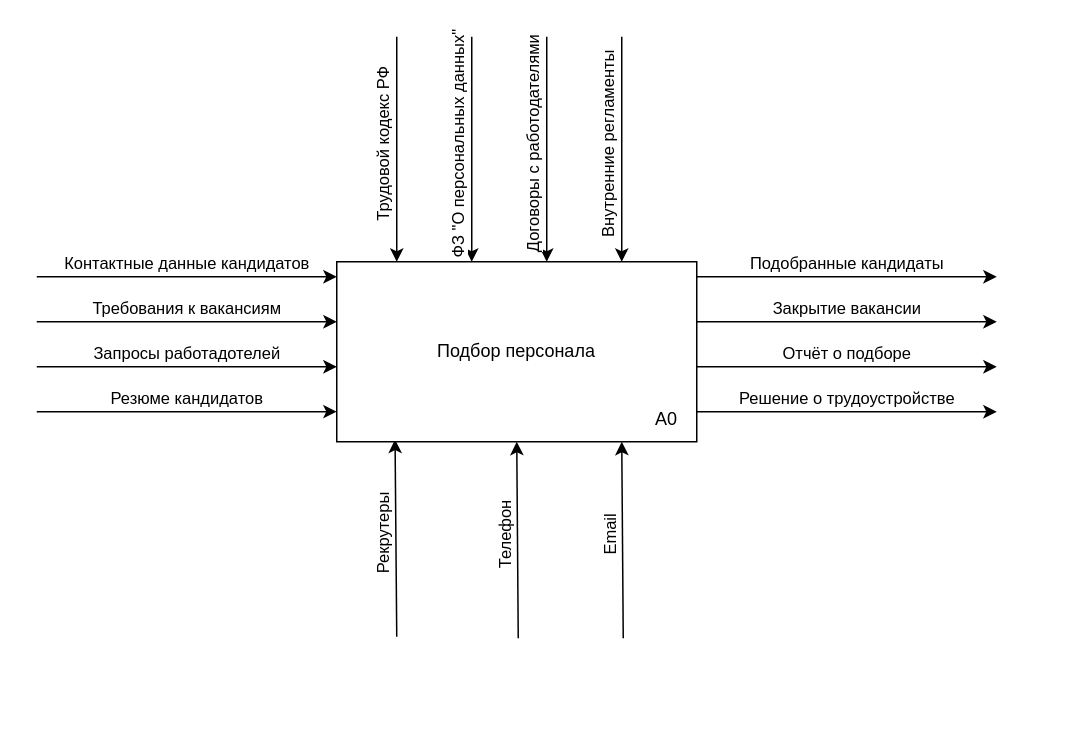
Earlier version of the draw.io diagram IDEF0.drawio (Regdal-cyber/Coursework). Source tidied: cells renumbered, new cells numbered last; positions are measured from the earlier drawing's top-left corner, leaving out a move shared by most shapes. Both pictures are drawn from the tidied source at 150%, with x=0, y=0 at pixel (36, 36).
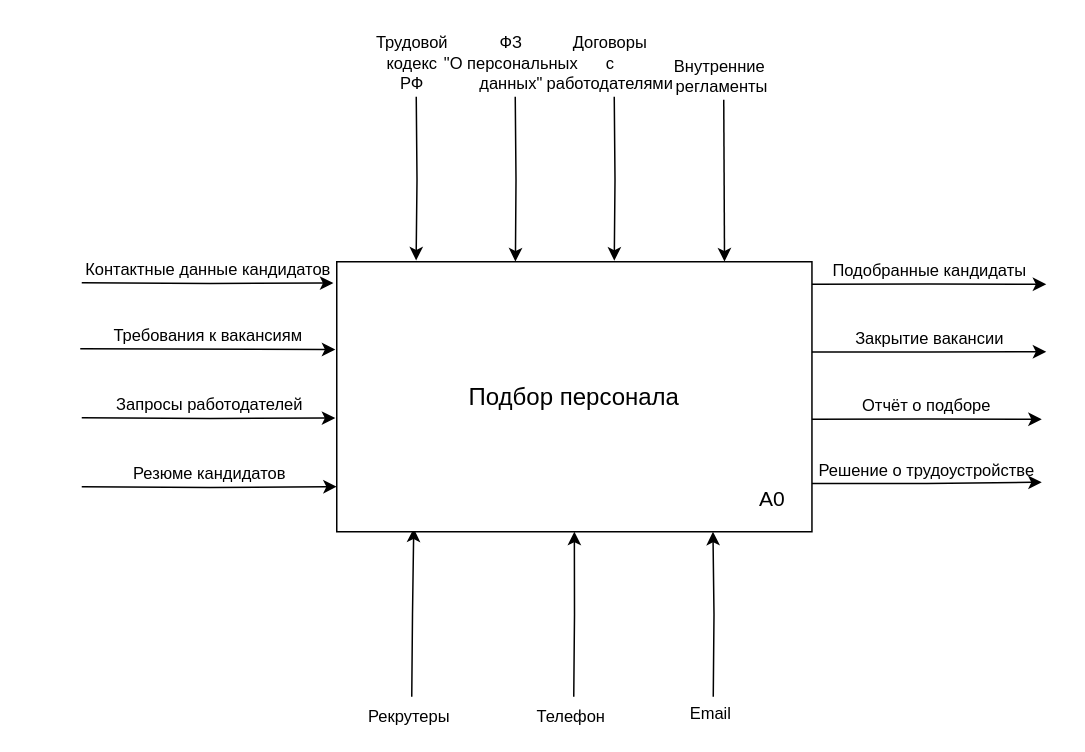
Above is the later version.

Diff of the diagram source:
```diff
@@
-    <mxCell id="2" value="Резюме кандидатов" style="endArrow=classic;html=1;rounded=0;entryX=0;entryY=0.833;entryDx=0;entryDy=0;entryPerimeter=0;verticalAlign=bottom;" parent="1" edge="1" target="18">
+    <mxCell id="2" value="Резюме кандидатов" style="endArrow=classic;html=1;rounded=0;entryX=0;entryY=0.833;entryDx=0;entryDy=0;entryPerimeter=0;verticalAlign=bottom;edgeStyle=orthogonalEdgeStyle;labelBackgroundColor=none;" parent="1" edge="1" target="18">
       <mxGeometry relative="1" as="geometry">
-        <mxPoint y="250" as="sourcePoint" />
+        <mxPoint x="30" y="300" as="sourcePoint" />
       </mxGeometry>
     </mxCell>
-    <mxCell id="3" value="Запросы работадотелей" style="endArrow=classic;html=1;rounded=0;verticalAlign=bottom;" parent="1" edge="1">
+    <mxCell id="3" value="Запросы работодателей" style="endArrow=classic;html=1;rounded=0;verticalAlign=bottom;entryX=-0.003;entryY=0.579;entryDx=0;entryDy=0;entryPerimeter=0;edgeStyle=orthogonalEdgeStyle;labelBackgroundColor=none;" parent="1" edge="1" target="18">
       <mxGeometry relative="1" as="geometry">
-        <mxPoint y="220" as="sourcePoint" />
-        <mxPoint x="200" y="220" as="targetPoint" />
+        <mxPoint x="30" y="254" as="sourcePoint" />
       </mxGeometry>
     </mxCell>
-    <mxCell id="4" value="Требования к вакансиям" style="endArrow=classic;html=1;rounded=0;verticalAlign=bottom;" parent="1" edge="1">
+    <mxCell id="4" value="Требования к вакансиям" style="endArrow=classic;html=1;rounded=0;verticalAlign=bottom;entryX=-0.003;entryY=0.325;entryDx=0;entryDy=0;entryPerimeter=0;edgeStyle=orthogonalEdgeStyle;labelBackgroundColor=none;" parent="1" edge="1" target="18">
       <mxGeometry relative="1" as="geometry">
-        <mxPoint y="190" as="sourcePoint" />
-        <mxPoint x="200" y="190" as="targetPoint" />
+        <mxPoint x="29" y="208" as="sourcePoint" />
       </mxGeometry>
     </mxCell>
-    <mxCell id="5" value="Контактные данные кандидатов" style="endArrow=classic;html=1;rounded=0;verticalAlign=bottom;" parent="1" edge="1">
+    <mxCell id="5" value="Контактные данные кандидатов" style="endArrow=classic;html=1;rounded=0;verticalAlign=bottom;entryX=-0.007;entryY=0.079;entryDx=0;entryDy=0;entryPerimeter=0;edgeStyle=orthogonalEdgeStyle;labelBackgroundColor=none;" parent="1" edge="1" target="18">
       <mxGeometry relative="1" as="geometry">
-        <mxPoint y="160" as="sourcePoint" />
-        <mxPoint x="200" y="160" as="targetPoint" />
+        <mxPoint x="30" y="164" as="sourcePoint" />
       </mxGeometry>
     </mxCell>
-    <mxCell id="6" value="Трудовой кодекс РФ" style="endArrow=classic;html=1;rounded=0;verticalAlign=bottom;horizontal=0;fontFamily=Helvetica;spacingTop=0;spacing=2;spacingBottom=0;spacingLeft=0;spacingRight=6;" parent="1" edge="1">
-      <mxGeometry relative="1" as="geometry">
-        <mxPoint x="240" as="sourcePoint" />
-        <mxPoint x="240" y="150" as="targetPoint" />
+    <mxCell id="6" value="Трудовой &lt;br&gt;кодекс &lt;br&gt;РФ" style="endArrow=classic;html=1;rounded=0;verticalAlign=bottom;horizontal=1;fontFamily=Helvetica;spacingTop=0;spacing=2;spacingBottom=0;spacingLeft=0;spacingRight=6;entryX=0.167;entryY=-0.005;entryDx=0;entryDy=0;entryPerimeter=0;edgeStyle=orthogonalEdgeStyle;labelBackgroundColor=none;" parent="1" edge="1" target="18">
+      <mxGeometry x="-1" relative="1" as="geometry">
+        <mxPoint x="253" y="40" as="sourcePoint" />
       </mxGeometry>
     </mxCell>
-    <mxCell id="7" value="ФЗ &quot;О персональных данных&quot;" style="endArrow=classic;html=1;rounded=0;verticalAlign=bottom;horizontal=0;fontFamily=Helvetica;spacingTop=0;spacing=2;spacingBottom=0;spacingLeft=0;spacingRight=6;" parent="1" edge="1">
-      <mxGeometry relative="1" as="geometry">
-        <mxPoint x="290" as="sourcePoint" />
-        <mxPoint x="290" y="150" as="targetPoint" />
+    <mxCell id="7" value="ФЗ &lt;br&gt;&quot;О персональных &lt;br&gt;данных&quot;" style="endArrow=classic;html=1;rounded=0;verticalAlign=bottom;horizontal=1;fontFamily=Helvetica;spacingTop=0;spacing=2;spacingBottom=0;spacingLeft=0;spacingRight=6;entryX=0.376;entryY=-0.001;entryDx=0;entryDy=0;entryPerimeter=0;edgeStyle=orthogonalEdgeStyle;labelBackgroundColor=none;" parent="1" edge="1" target="18">
+      <mxGeometry x="-1" relative="1" as="geometry">
+        <mxPoint x="319" y="40" as="sourcePoint" />
       </mxGeometry>
     </mxCell>
-    <mxCell id="8" value="Договоры с работодателями" style="endArrow=classic;html=1;rounded=0;verticalAlign=bottom;horizontal=0;fontFamily=Helvetica;spacingTop=0;spacing=2;spacingBottom=0;spacingLeft=0;spacingRight=6;" parent="1" edge="1">
-      <mxGeometry relative="1" as="geometry">
-        <mxPoint x="340" as="sourcePoint" />
-        <mxPoint x="340" y="150" as="targetPoint" />
+    <mxCell id="8" value="Договоры &lt;br&gt;с &lt;br&gt;работодателями" style="endArrow=classic;html=1;rounded=0;verticalAlign=bottom;horizontal=1;fontFamily=Helvetica;spacingTop=0;spacing=2;spacingBottom=0;spacingLeft=0;spacingRight=6;entryX=0.584;entryY=-0.004;entryDx=0;entryDy=0;entryPerimeter=0;edgeStyle=orthogonalEdgeStyle;labelBackgroundColor=none;" parent="1" edge="1" target="18">
+      <mxGeometry x="-1" relative="1" as="geometry">
+        <mxPoint x="385" y="40" as="sourcePoint" />
       </mxGeometry>
     </mxCell>
-    <mxCell id="9" value="Внутренние регламенты" style="endArrow=classic;html=1;rounded=0;verticalAlign=bottom;horizontal=0;fontFamily=Helvetica;spacingTop=0;spacing=2;spacingBottom=0;spacingLeft=0;spacingRight=6;" parent="1" edge="1">
-      <mxGeometry relative="1" as="geometry">
-        <mxPoint x="390" as="sourcePoint" />
-        <mxPoint x="390" y="150" as="targetPoint" />
+    <mxCell id="9" value="Внутренние&lt;br&gt;&amp;nbsp;регламенты" style="endArrow=classic;html=1;rounded=0;verticalAlign=bottom;horizontal=1;fontFamily=Helvetica;spacingTop=0;spacing=2;spacingBottom=0;spacingLeft=0;spacingRight=6;entryX=0.816;entryY=-0.001;entryDx=0;entryDy=0;entryPerimeter=0;edgeStyle=orthogonalEdgeStyle;labelBackgroundColor=none;" parent="1" edge="1" target="18">
+      <mxGeometry x="-1" relative="1" as="geometry">
+        <mxPoint x="458" y="42" as="sourcePoint" />
       </mxGeometry>
     </mxCell>
-    <mxCell id="10" value="Рекрутеры" style="endArrow=classic;html=1;rounded=0;entryX=0.162;entryY=0.988;entryDx=0;entryDy=0;entryPerimeter=0;horizontal=0;verticalAlign=bottom;spacingLeft=-4;" parent="1" edge="1" target="18">
-      <mxGeometry relative="1" as="geometry">
-        <mxPoint x="240" y="400" as="sourcePoint" />
+    <mxCell id="10" value="Рекрутеры" style="endArrow=classic;html=1;rounded=0;entryX=0.162;entryY=0.988;entryDx=0;entryDy=0;entryPerimeter=0;horizontal=1;verticalAlign=top;spacingLeft=-4;edgeStyle=orthogonalEdgeStyle;labelBackgroundColor=none;" parent="1" edge="1" target="18">
+      <mxGeometry x="-1" relative="1" as="geometry">
+        <mxPoint x="250" y="440" as="sourcePoint" />
       </mxGeometry>
     </mxCell>
-    <mxCell id="11" value="Телефон" style="endArrow=classic;html=1;rounded=0;entryX=0.162;entryY=0.988;entryDx=0;entryDy=0;entryPerimeter=0;horizontal=0;verticalAlign=bottom;spacingLeft=-4;" parent="1" edge="1">
-      <mxGeometry relative="1" as="geometry">
-        <mxPoint x="321" y="401" as="sourcePoint" />
-        <mxPoint x="320" y="270" as="targetPoint" />
+    <mxCell id="11" value="Телефон" style="endArrow=classic;html=1;rounded=0;entryX=0.5;entryY=1;entryDx=0;entryDy=0;horizontal=1;verticalAlign=top;spacingLeft=-4;edgeStyle=orthogonalEdgeStyle;labelBackgroundColor=none;" parent="1" edge="1" target="18">
+      <mxGeometry x="-1" relative="1" as="geometry">
+        <mxPoint x="358" y="440" as="sourcePoint" />
       </mxGeometry>
     </mxCell>
-    <mxCell id="12" value="Email" style="endArrow=classic;html=1;rounded=0;entryX=0.162;entryY=0.988;entryDx=0;entryDy=0;entryPerimeter=0;horizontal=0;verticalAlign=bottom;spacingLeft=-4;" parent="1" edge="1">
-      <mxGeometry relative="1" as="geometry">
-        <mxPoint x="391" y="401" as="sourcePoint" />
-        <mxPoint x="390" y="270" as="targetPoint" />
+    <mxCell id="12" value="Email" style="endArrow=classic;html=1;rounded=0;entryX=0;entryY=1;entryDx=0;entryDy=0;horizontal=1;verticalAlign=top;spacingLeft=-4;edgeStyle=orthogonalEdgeStyle;labelBackgroundColor=none;" parent="1" edge="1" target="19">
+      <mxGeometry x="-0.96" relative="1" as="geometry">
+        <mxPoint x="451" y="440" as="sourcePoint" />
       </mxGeometry>
     </mxCell>
-    <mxCell id="13" value="Подобранные кандидаты" style="endArrow=classic;html=1;rounded=0;verticalAlign=bottom;" parent="1" edge="1">
+    <mxCell id="13" value="Подобранные кандидаты" style="endArrow=classic;html=1;rounded=0;verticalAlign=bottom;exitX=1;exitY=0.083;exitDx=0;exitDy=0;exitPerimeter=0;edgeStyle=orthogonalEdgeStyle;labelBackgroundColor=none;" parent="1" edge="1" source="18">
       <mxGeometry relative="1" as="geometry">
-        <mxPoint x="440" y="160" as="sourcePoint" />
-        <mxPoint x="640" y="160" as="targetPoint" />
+        <mxPoint x="673" y="165" as="targetPoint" />
       </mxGeometry>
     </mxCell>
-    <mxCell id="14" value="Закрытие вакансии" style="endArrow=classic;html=1;rounded=0;verticalAlign=bottom;" parent="1" edge="1">
+    <mxCell id="14" value="Закрытие вакансии" style="endArrow=classic;html=1;rounded=0;verticalAlign=bottom;exitX=0.999;exitY=0.334;exitDx=0;exitDy=0;exitPerimeter=0;edgeStyle=orthogonalEdgeStyle;labelBackgroundColor=none;" parent="1" edge="1" source="18">
       <mxGeometry relative="1" as="geometry">
-        <mxPoint x="440" y="190" as="sourcePoint" />
-        <mxPoint x="640" y="190" as="targetPoint" />
+        <mxPoint x="673" y="210" as="targetPoint" />
       </mxGeometry>
     </mxCell>
-    <mxCell id="15" value="Отчёт о подборе" style="endArrow=classic;html=1;rounded=0;verticalAlign=bottom;" parent="1" edge="1">
+    <mxCell id="15" value="Отчёт о подборе" style="endArrow=classic;html=1;rounded=0;verticalAlign=bottom;exitX=0.999;exitY=0.583;exitDx=0;exitDy=0;exitPerimeter=0;edgeStyle=orthogonalEdgeStyle;labelBackgroundColor=none;" parent="1" edge="1" source="18">
       <mxGeometry relative="1" as="geometry">
-        <mxPoint x="440" y="220" as="sourcePoint" />
-        <mxPoint x="640" y="220" as="targetPoint" />
+        <mxPoint x="670" y="255" as="targetPoint" />
       </mxGeometry>
     </mxCell>
-    <mxCell id="16" value="Решение о трудоустройстве" style="endArrow=classic;html=1;rounded=0;verticalAlign=bottom;" parent="1" edge="1">
+    <mxCell id="16" value="Решение о трудоустройстве" style="endArrow=classic;html=1;rounded=0;verticalAlign=bottom;exitX=0.995;exitY=0.821;exitDx=0;exitDy=0;exitPerimeter=0;edgeStyle=orthogonalEdgeStyle;labelBackgroundColor=none;" parent="1" edge="1" source="18">
       <mxGeometry relative="1" as="geometry">
-        <mxPoint x="440" y="250" as="sourcePoint" />
-        <mxPoint x="640" y="250" as="targetPoint" />
+        <mxPoint x="670" y="297" as="targetPoint" />
       </mxGeometry>
     </mxCell>
     <mxCell id="17" style="group;" parent="1" vertex="1">
-      <mxGeometry x="200" y="150" width="250" height="120" as="geometry" />
+      <mxGeometry x="200" y="150" width="330" height="180" as="geometry" />
     </mxCell>
-    <mxCell id="18" value="Подбор персонала" style="rounded=0;whiteSpace=wrap;html=1;" parent="17" vertex="1">
-      <mxGeometry width="240" height="120" as="geometry" />
+    <mxCell id="18" value="&lt;font style=&quot;font-size: 16px;&quot;&gt;Подбор персонала&lt;/font&gt;" style="rounded=0;whiteSpace=wrap;html=1;" parent="17" vertex="1">
+      <mxGeometry width="316.8" height="180" as="geometry" />
     </mxCell>
-    <mxCell id="19" value="A0" style="text;html=1;whiteSpace=wrap;strokeColor=none;fillColor=none;align=center;verticalAlign=middle;rounded=0;" parent="17" vertex="1">
-      <mxGeometry x="190" y="90" width="60" height="30" as="geometry" />
+    <mxCell id="19" value="&lt;font style=&quot;font-size: 14px;&quot;&gt;A0&lt;/font&gt;" style="text;html=1;whiteSpace=wrap;strokeColor=none;fillColor=none;align=center;verticalAlign=middle;rounded=0;" parent="17" vertex="1">
+      <mxGeometry x="250.8" y="135" width="79.2" height="45" as="geometry" />
     </mxCell>
```
